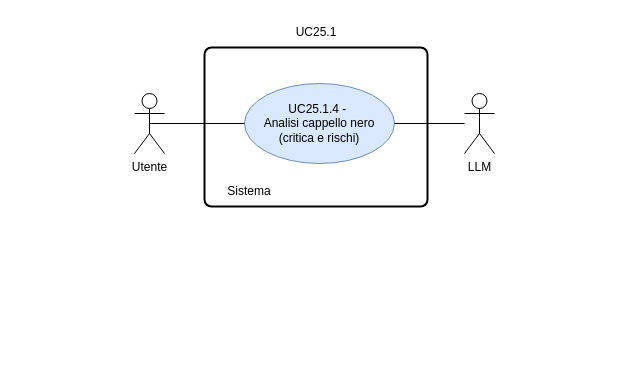
This is RTB/doc_esterna/analisi-dei-requisiti/assets/draw.io/UC25.1.4.drawio from thebitless-group-swe/thebitless.github.io, a draw.io file, before an edit. Source tidied: cells renumbered, new cells numbered last; positions are measured from the earlier drawing's top-left corner, leaving out a move shared by most shapes. Both pictures are drawn from the tidied source at 100%, with x=0, y=0 at pixel (134, 17).
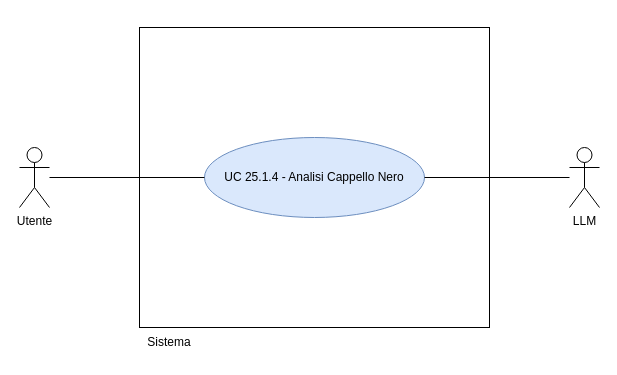
The same diagram, later.

The edit, as a diff of the source:
```diff
@@
 <mxGraphModel>
   <root>
     <mxCell id="0" />
     <mxCell id="1" parent="0" />
-    <mxCell id="2" style="rounded=1;whiteSpace=wrap;html=1;absoluteArcSize=1;arcSize=14;strokeWidth=2;" parent="1" vertex="1">
-      <mxGeometry x="70" y="30" width="223" height="159" as="geometry" />
-    </mxCell>
     <mxCell id="3" value="Utente" style="shape=umlActor;verticalLabelPosition=bottom;verticalAlign=top;html=1;outlineConnect=0;" parent="1" vertex="1">
-      <mxGeometry y="76" width="30" height="60" as="geometry" />
+      <mxGeometry x="-115" y="130" width="30" height="60" as="geometry" />
     </mxCell>
+    <mxCell id="9" value="LLM" style="shape=umlActor;verticalLabelPosition=bottom;verticalAlign=top;html=1;outlineConnect=0;" parent="1" vertex="1">
+      <mxGeometry x="435" y="130" width="30" height="60" as="geometry" />
+    </mxCell>
+    <mxCell id="10" style="whiteSpace=wrap;html=1;" parent="1" vertex="1">
+      <mxGeometry x="5" y="10" width="350" height="300" as="geometry" />
+    </mxCell>
     <mxCell id="4" value="Sistema" style="text;html=1;whiteSpace=wrap;strokeColor=none;fillColor=none;align=center;verticalAlign=middle;rounded=0;" parent="1" vertex="1">
-      <mxGeometry x="70" y="159" width="90" height="30" as="geometry" />
+      <mxGeometry x="5" y="310" width="60" height="30" as="geometry" />
     </mxCell>
-    <mxCell id="5" value="UC25.1.4 -&amp;nbsp;&lt;div&gt;Analisi cappello nero (critica e rischi)&lt;/div&gt;" style="ellipse;whiteSpace=wrap;html=1;fillColor=#dae8fc;strokeColor=#6c8ebf;" parent="1" vertex="1">
-      <mxGeometry x="110" y="66" width="150" height="80" as="geometry" />
-    </mxCell>
-    <mxCell id="6" style="endArrow=none;html=1;rounded=0;exitX=0.5;exitY=0.5;exitDx=0;exitDy=0;exitPerimeter=0;entryX=0;entryY=0.5;entryDx=0;entryDy=0;" parent="1" edge="1" source="3" target="5">
-      <mxGeometry relative="1" as="geometry" />
-    </mxCell>
-    <mxCell id="7" value="UC25.1" style="text;html=1;whiteSpace=wrap;strokeColor=none;fillColor=none;align=center;verticalAlign=middle;rounded=0;" parent="1" vertex="1">
-      <mxGeometry x="151.5" width="60" height="30" as="geometry" />
-    </mxCell>
-    <mxCell id="8" style="edgeStyle=orthogonalEdgeStyle;rounded=0;jettySize=auto;html=1;endArrow=none;endFill=0;" parent="1" edge="1" source="9" target="5">
-      <mxGeometry relative="1" as="geometry" />
-    </mxCell>
-    <mxCell id="9" value="LLM" style="shape=umlActor;verticalLabelPosition=bottom;verticalAlign=top;html=1;outlineConnect=0;" parent="1" vertex="1">
-      <mxGeometry x="330" y="76" width="30" height="60" as="geometry" />
-    </mxCell>
+    <mxCell id="11" value="UC 25.1.4 - Analisi Cappello Nero" style="ellipse;whiteSpace=wrap;html=1;fillColor=#dae8fc;strokeColor=#6c8ebf;" parent="1" vertex="1">
+      <mxGeometry x="70" y="120" width="220" height="80" as="geometry" />
+    </mxCell>
+    <mxCell id="12" style="edgeStyle=none;rounded=0;jettySize=auto;html=1;endArrow=none;endFill=0;" parent="1" edge="1" source="3" target="11">
+      <mxGeometry relative="1" as="geometry" />
+    </mxCell>
+    <mxCell id="13" style="edgeStyle=none;rounded=0;jettySize=auto;html=1;endArrow=none;endFill=0;" parent="1" edge="1" source="9" target="11">
+      <mxGeometry relative="1" as="geometry" />
+    </mxCell>
   </root>
 </mxGraphModel>
```
